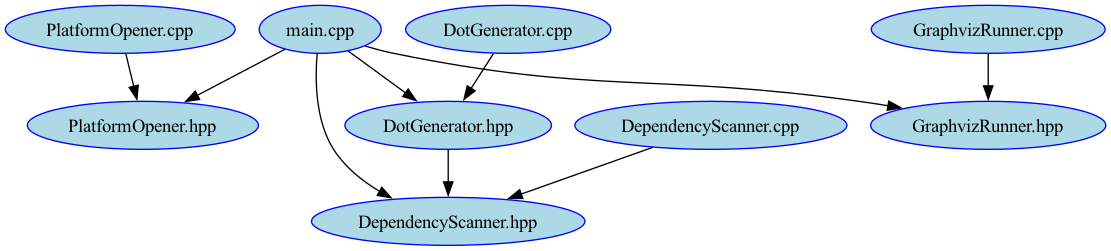
This is dependencies.png from AlexandraKemperMS/DependencyVisualizer, a Graphviz export, as it was before one commit. Its source is kept beside it as dependencies.dot.
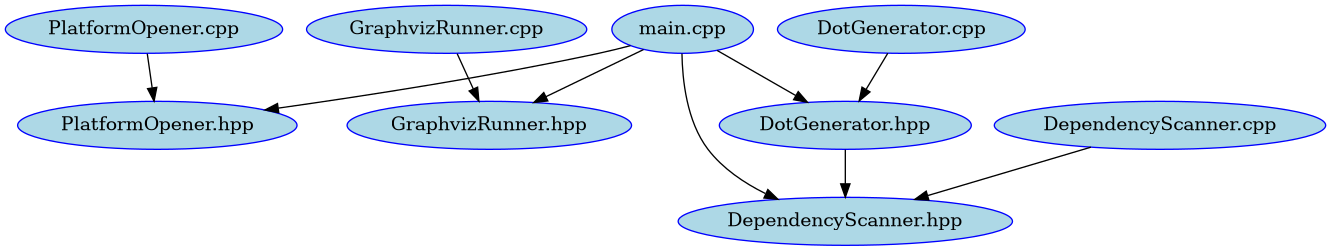
After the commit.

Change to the diagram source:
```diff
@@ -1,15 +1,15 @@
 digraph dependencies {
   node [color=blue, style=filled, fillcolor=lightblue];
   "main.cpp" -> "PlatformOpener.hpp";
+  "main.cpp" -> "GraphvizRunner.hpp";
   "main.cpp" -> "DotGenerator.hpp";
-  "main.cpp" -> "GraphvizRunner.hpp";
   "main.cpp" -> "DependencyScanner.hpp";
+  "PlatformOpener.cpp" -> "PlatformOpener.hpp";
+  "GraphvizRunner.cpp" -> "GraphvizRunner.hpp";
+  "DotGenerator.hpp" -> "DependencyScanner.hpp";
   "DependencyScanner.cpp" -> "DependencyScanner.hpp";
-  "PlatformOpener.hpp";
-  "PlatformOpener.cpp" -> "PlatformOpener.hpp";
   "DotGenerator.cpp" -> "DotGenerator.hpp";
   "DependencyScanner.hpp";
-  "GraphvizRunner.cpp" -> "GraphvizRunner.hpp";
   "GraphvizRunner.hpp";
-  "DotGenerator.hpp" -> "DependencyScanner.hpp";
+  "PlatformOpener.hpp";
 }
```
